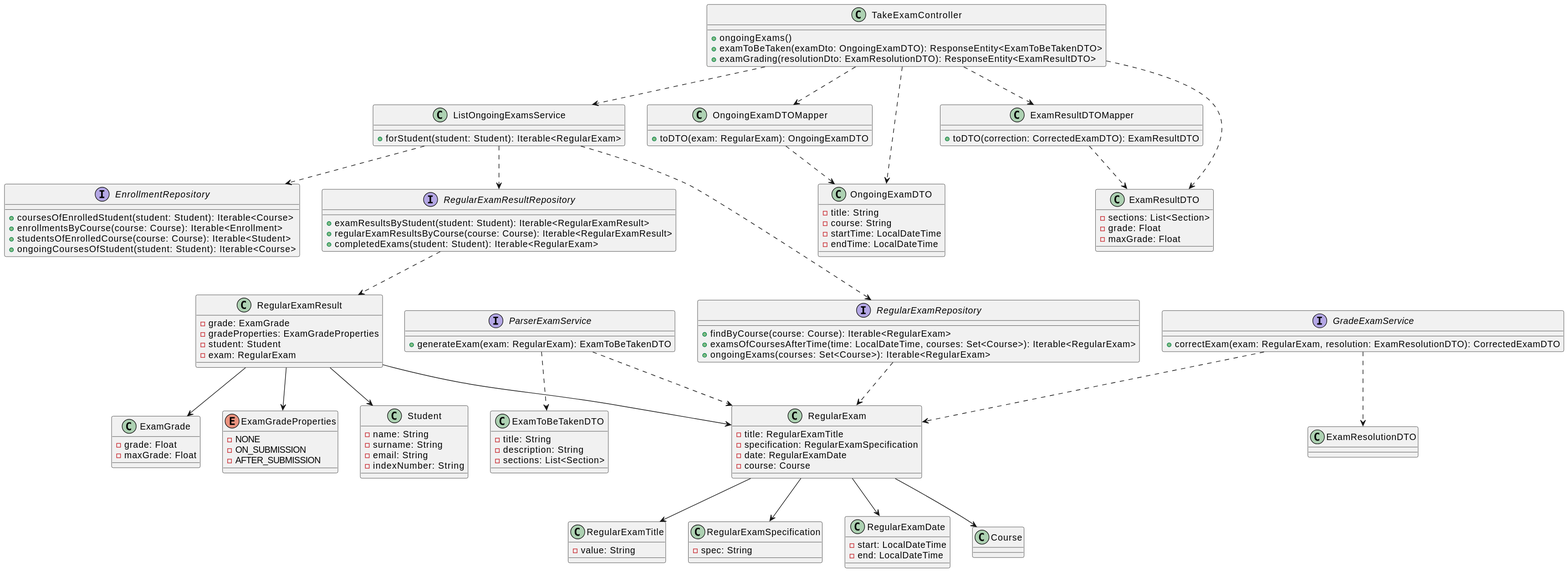
Earlier version of the PlantUML export docs/us_2004/cd.svg (jovami/isep-lapr4). Source of this version:
```plantuml
@startuml
class RegularExam {
    - title: RegularExamTitle
    - specification: RegularExamSpecification
    - date: RegularExamDate
    - course: Course
}

class RegularExamTitle {
    - value: String
}

class RegularExamSpecification {
    - spec: String
}

class RegularExamDate {
    - start: LocalDateTime
    - end: LocalDateTime
}

class Course {
}

class RegularExamResult {
    - grade: ExamGrade
    - gradeProperties: ExamGradeProperties
    - student: Student
    - exam: RegularExam
}

class ExamGrade {
    - grade: Float
    - maxGrade: Float
}

enum ExamGradeProperties {
    - NONE
    - ON_SUBMISSION
    - AFTER_SUBMISSION
}

class Student {
    - name: String
    - surname: String
    - email: String
    - indexNumber: String
}

class TakeExamController {
    + ongoingExams()
    + examToBeTaken(examDto: OngoingExamDTO): ResponseEntity<ExamToBeTakenDTO>
    + examGrading(resolutionDto: ExamResolutionDTO): ResponseEntity<ExamResultDTO>
}

interface ParserExamService {
    + generateExam(exam: RegularExam): ExamToBeTakenDTO
}

interface GradeExamService {
    + correctExam(exam: RegularExam, resolution: ExamResolutionDTO): CorrectedExamDTO
}

interface RegularExamRepository {
    + findByCourse(course: Course): Iterable<RegularExam>
    + examsOfCoursesAfterTime(time: LocalDateTime, courses: Set<Course>): Iterable<RegularExam>
    + ongoingExams(courses: Set<Course>): Iterable<RegularExam>
}

interface EnrollmentRepository {
    + coursesOfEnrolledStudent(student: Student): Iterable<Course>
    + enrollmentsByCourse(course: Course): Iterable<Enrollment>
    + studentsOfEnrolledCourse(course: Course): Iterable<Student>
    + ongoingCoursesOfStudent(student: Student): Iterable<Course>
}

interface RegularExamResultRepository {
    + examResultsByStudent(student: Student): Iterable<RegularExamResult>
    + regularExamResultsByCourse(course: Course): Iterable<RegularExamResult>
    + completedExams(student: Student): Iterable<RegularExam>
}

class OngoingExamDTO {
    - title: String
    - course: String
    - startTime: LocalDateTime
    - endTime: LocalDateTime
}

class OngoingExamDTOMapper {
    + toDTO(exam: RegularExam): OngoingExamDTO
}

class ListOngoingExamsService {
    + forStudent(student: Student): Iterable<RegularExam>
}

class ExamToBeTakenDTO {
    - title: String
    - description: String
    - sections: List<Section>
}

class ExamResultDTO {
    - sections: List<Section>
    - grade: Float
    - maxGrade: Float
}

class ExamResultDTOMapper {
    + toDTO(correction: CorrectedExamDTO): ExamResultDTO
}

RegularExam --> RegularExamTitle
RegularExam --> RegularExamSpecification
RegularExam --> RegularExamDate
RegularExam --> Course

RegularExamResult --> ExamGrade
RegularExamResult --> ExamGradeProperties
RegularExamResult --> Student
RegularExamResult --> RegularExam

RegularExamRepository ..> RegularExam
RegularExamResultRepository ..> RegularExamResult

ParserExamService ..> RegularExam
GradeExamService ..> RegularExam

ParserExamService ..> ExamToBeTakenDTO

GradeExamService ..> ExamResolutionDTO

TakeExamController ..> ExamResultDTOMapper
TakeExamController ..> ExamResultDTO
ExamResultDTOMapper ..> ExamResultDTO

TakeExamController ..> OngoingExamDTOMapper
TakeExamController ..> OngoingExamDTO
OngoingExamDTOMapper ..> OngoingExamDTO

TakeExamController ..> ListOngoingExamsService
ListOngoingExamsService ..> RegularExamRepository
ListOngoingExamsService ..> EnrollmentRepository
ListOngoingExamsService ..> RegularExamResultRepository
@enduml
```
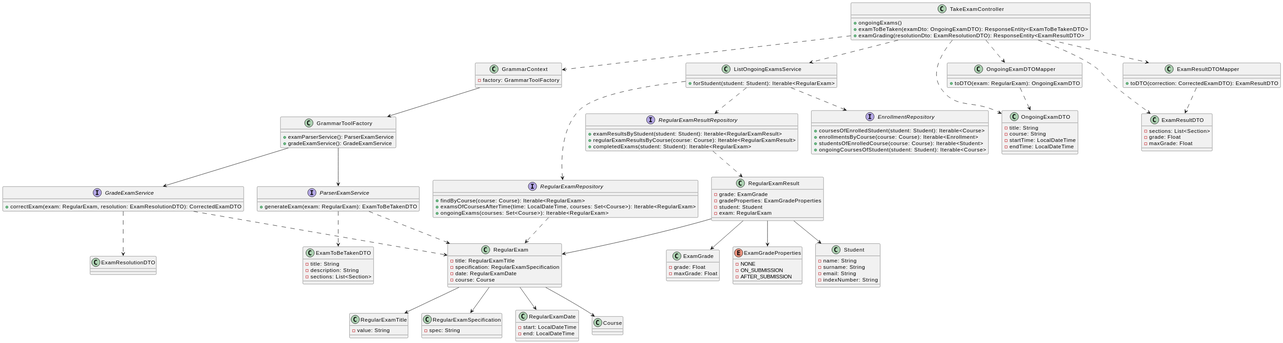
After the change.

Commit message:
docs(us_2004): added further information to the class diagram

Change to the diagram source:
```diff
@@ -101,6 +101,15 @@
     - sections: List<Section>
 }
 
+class GrammarContext {
+    - factory: GrammarToolFactory
+}
+
+class GrammarToolFactory {
+    + examParserService(): ParserExamService
+    + gradeExamService(): GradeExamService
+}
+
 class ExamResultDTO {
     - sections: List<Section>
     - grade: Float
@@ -129,6 +138,11 @@
 
 ParserExamService ..> ExamToBeTakenDTO
 
+TakeExamController ..> GrammarContext
+GrammarContext --> GrammarToolFactory
+GrammarToolFactory --> ParserExamService
+GrammarToolFactory --> GradeExamService
+
 GradeExamService ..> ExamResolutionDTO
 
 TakeExamController ..> ExamResultDTOMapper
```
